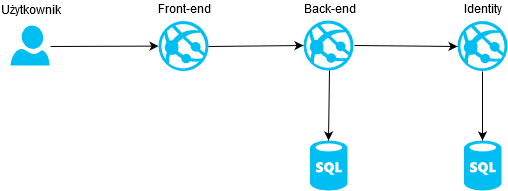
Above: Presentation/Images/transaction2.png in amularczyk/LT-ForStudents (draw.io), before the change. Source tidied: cells renumbered, new cells last; positions are measured from the earlier drawing's top-left corner, leaving out a move shared by most shapes.
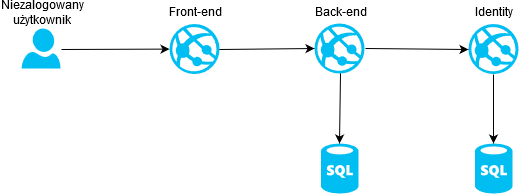
After the change.

Commit message:
Small refactoring in notes and in transaction image in presentation.

The edit, as a diff of the source:
```diff
@@ -32,7 +32,7 @@
     <mxCell id="9" style="endArrow=classic;html=1;exitX=0.5;exitY=1;exitDx=0;exitDy=0;exitPerimeter=0;entryX=0.5;entryY=0;entryDx=0;entryDy=0;entryPerimeter=0;" parent="1" edge="1" source="3" target="4">
       <mxGeometry relative="1" as="geometry" />
     </mxCell>
-    <mxCell id="10" value="&lt;div&gt;Użytkownik&lt;/div&gt;" style="text;html=1;strokeColor=none;fillColor=none;align=center;verticalAlign=middle;whiteSpace=wrap;rounded=0;" parent="1" vertex="1">
+    <mxCell id="10" value="Niezalogowany&lt;div&gt;użytkownik&lt;/div&gt;" style="text;html=1;strokeColor=none;fillColor=none;align=center;verticalAlign=middle;whiteSpace=wrap;rounded=0;" parent="1" vertex="1">
       <mxGeometry y="0.5" width="40" height="20" as="geometry" />
     </mxCell>
     <mxCell id="11" style="verticalLabelPosition=bottom;html=1;verticalAlign=top;align=center;strokeColor=none;fillColor=#00BEF2;shape=mxgraph.azure.azure_website;" parent="1" vertex="1">
```
